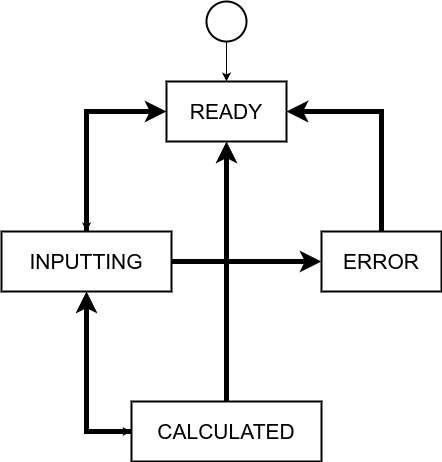
jinhyuk2me/pyqt-calculator keeps this draw.io diagram as flow_chart/state.png. Above is the earlier version. Source tidied: cells renumbered, new cells last; positions are measured from the earlier drawing's top-left corner, leaving out a move shared by most shapes.
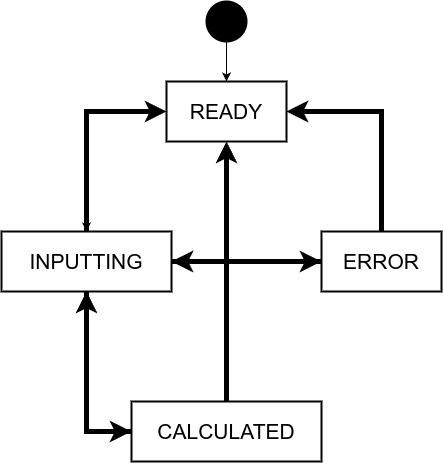
Later version of the same file.

Diff of the diagram source:
```diff
@@ -5,7 +5,7 @@
     <mxCell id="2" style="edgeStyle=orthogonalEdgeStyle;rounded=0;jettySize=auto;html=1;fontSize=21;" parent="1" edge="1" source="3" target="5">
       <mxGeometry relative="1" as="geometry" />
     </mxCell>
-    <mxCell id="3" style="strokeWidth=2;html=1;shape=mxgraph.flowchart.start_2;whiteSpace=wrap;fontSize=21;" parent="1" vertex="1">
+    <mxCell id="3" style="strokeWidth=2;html=1;shape=mxgraph.flowchart.start_2;whiteSpace=wrap;fontSize=21;fillColor=#000000;" parent="1" vertex="1">
       <mxGeometry x="205" width="40" height="40" as="geometry" />
     </mxCell>
     <mxCell id="4" style="edgeStyle=orthogonalEdgeStyle;rounded=0;jettySize=auto;html=1;" parent="1" edge="1" source="5" target="9">
@@ -18,7 +18,7 @@
     <mxCell id="5" value="READY" style="whiteSpace=wrap;html=1;strokeWidth=2;fontSize=21;" parent="1" vertex="1">
       <mxGeometry x="165" y="80" width="120" height="60" as="geometry" />
     </mxCell>
-    <mxCell id="6" style="edgeStyle=orthogonalEdgeStyle;rounded=0;jettySize=auto;html=1;" parent="1" edge="1" source="9" target="12">
+    <mxCell id="6" style="edgeStyle=orthogonalEdgeStyle;rounded=0;jettySize=auto;html=1;strokeWidth=5;" parent="1" edge="1" source="9" target="12">
       <mxGeometry relative="1" as="geometry">
         <Array as="points">
           <mxPoint x="85" y="430" />
@@ -41,7 +41,7 @@
     <mxCell id="10" style="edgeStyle=orthogonalEdgeStyle;rounded=0;jettySize=auto;html=1;entryX=0.5;entryY=1;entryDx=0;entryDy=0;strokeWidth=5;" parent="1" edge="1" source="12" target="5">
       <mxGeometry relative="1" as="geometry" />
     </mxCell>
-    <mxCell id="11" style="edgeStyle=orthogonalEdgeStyle;rounded=0;jettySize=auto;html=1;entryX=0.5;entryY=1;entryDx=0;entryDy=0;strokeWidth=5;" parent="1" edge="1" source="12" target="9">
+    <mxCell id="11" style="edgeStyle=orthogonalEdgeStyle;rounded=0;jettySize=auto;html=1;entryX=0.5;entryY=1;entryDx=0;entryDy=0;strokeWidth=5;exitX=0;exitY=0.5;exitDx=0;exitDy=0;" parent="1" edge="1" source="12" target="9">
       <mxGeometry relative="1" as="geometry">
         <Array as="points">
           <mxPoint x="85" y="430" />
@@ -58,6 +58,11 @@
         </Array>
       </mxGeometry>
     </mxCell>
+    <mxCell id="15" style="edgeStyle=orthogonalEdgeStyle;rounded=0;jettySize=auto;html=1;strokeWidth=5;" parent="1" edge="1" source="14">
+      <mxGeometry relative="1" as="geometry">
+        <mxPoint x="170" y="260" as="targetPoint" />
+      </mxGeometry>
+    </mxCell>
     <mxCell id="14" value="ERROR" style="whiteSpace=wrap;html=1;fontSize=21;strokeWidth=2;" parent="1" vertex="1">
       <mxGeometry x="320" y="230" width="120" height="60" as="geometry" />
     </mxCell>
```
